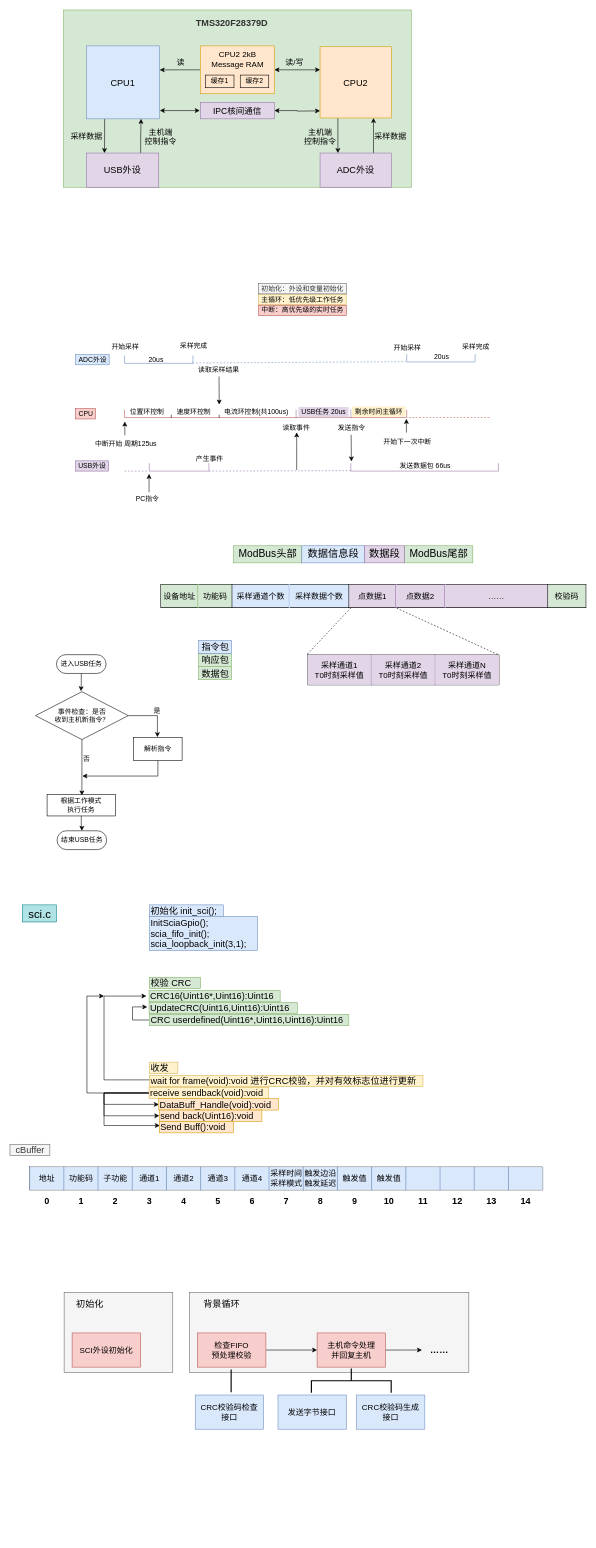
The draw.io diagram page "DSP内部" (2 of 5) of Untitled Diagram.drawio in fuxinsen/test, before the edit. Source tidied: cells renumbered, new cells numbered last; positions are measured from the earlier drawing's top-left corner, leaving out a move shared by most shapes. Both pictures are drawn from the tidied source at 57%, with x=0, y=0 at pixel (10, 10).
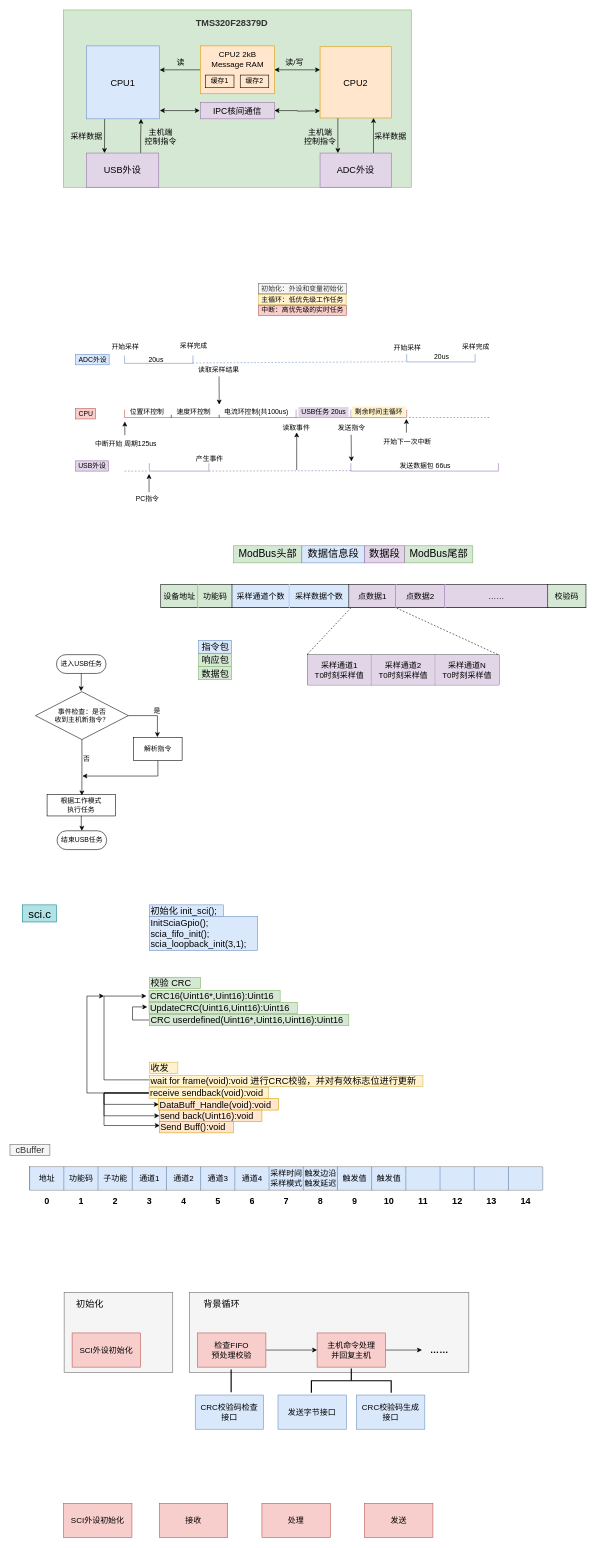
Above is the later version.

What changed in the source:
```diff
@@
+    <mxCell id="174" value="SCI外设初始化" style="rounded=0;whiteSpace=wrap;html=1;fontSize=14;fillColor=#f8cecc;strokeColor=#b85450;" parent="1" vertex="1">
+      <mxGeometry x="94" y="2620" width="120" height="60" as="geometry" />
+    </mxCell>
+    <mxCell id="175" value="接收" style="rounded=0;whiteSpace=wrap;html=1;fontSize=14;fillColor=#f8cecc;strokeColor=#b85450;" parent="1" vertex="1">
+      <mxGeometry x="262" y="2620" width="120" height="60" as="geometry" />
+    </mxCell>
+    <mxCell id="176" value="处理" style="rounded=0;whiteSpace=wrap;html=1;fontSize=14;fillColor=#f8cecc;strokeColor=#b85450;" parent="1" vertex="1">
+      <mxGeometry x="442" y="2620" width="120" height="60" as="geometry" />
+    </mxCell>
+    <mxCell id="177" value="发送" style="rounded=0;whiteSpace=wrap;html=1;fontSize=14;fillColor=#f8cecc;strokeColor=#b85450;" parent="1" vertex="1">
+      <mxGeometry x="622" y="2620" width="120" height="60" as="geometry" />
+    </mxCell>
```
